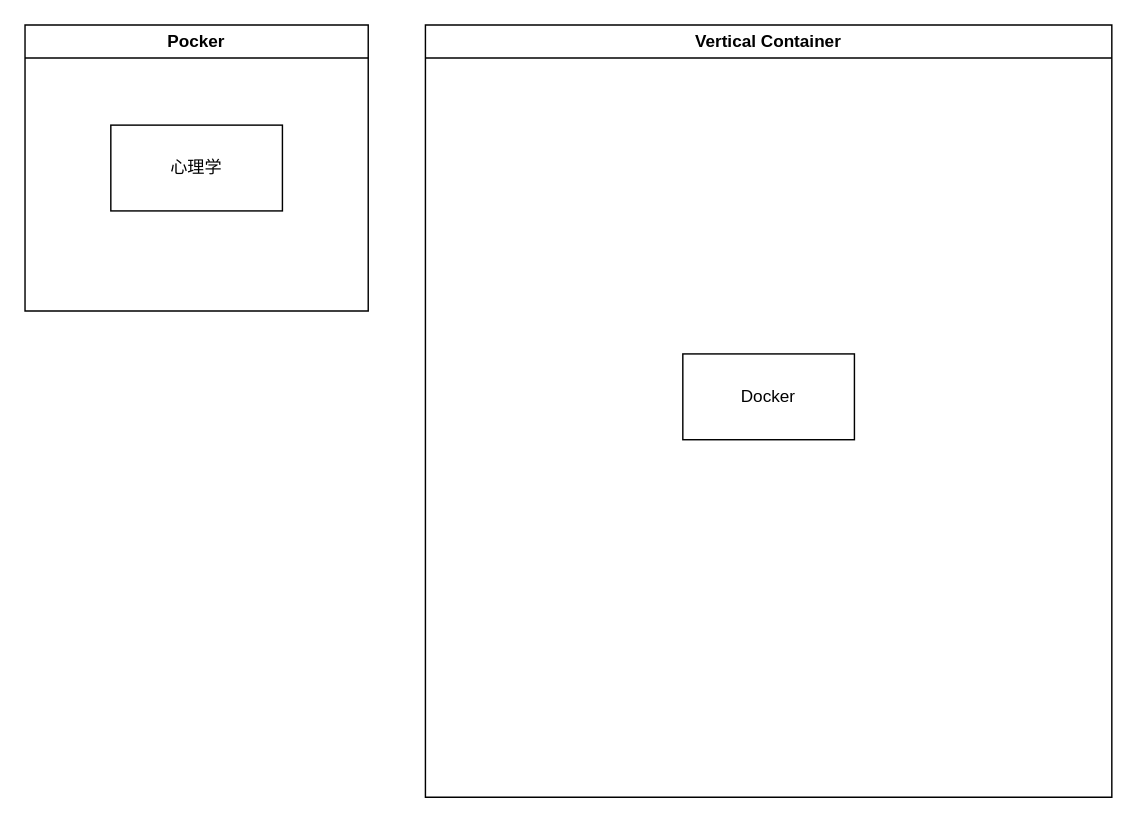
This is page "ver6" (1 of 9) of 定義.drawio from minegishirei/draw_v1, a draw.io file, before an edit. Source tidied: cells renumbered, new cells numbered last; positions are measured from the earlier drawing's top-left corner, leaving out a move shared by most shapes. Both pictures are drawn from the tidied source at 143%, with x=0, y=0 at pixel (24, 24).
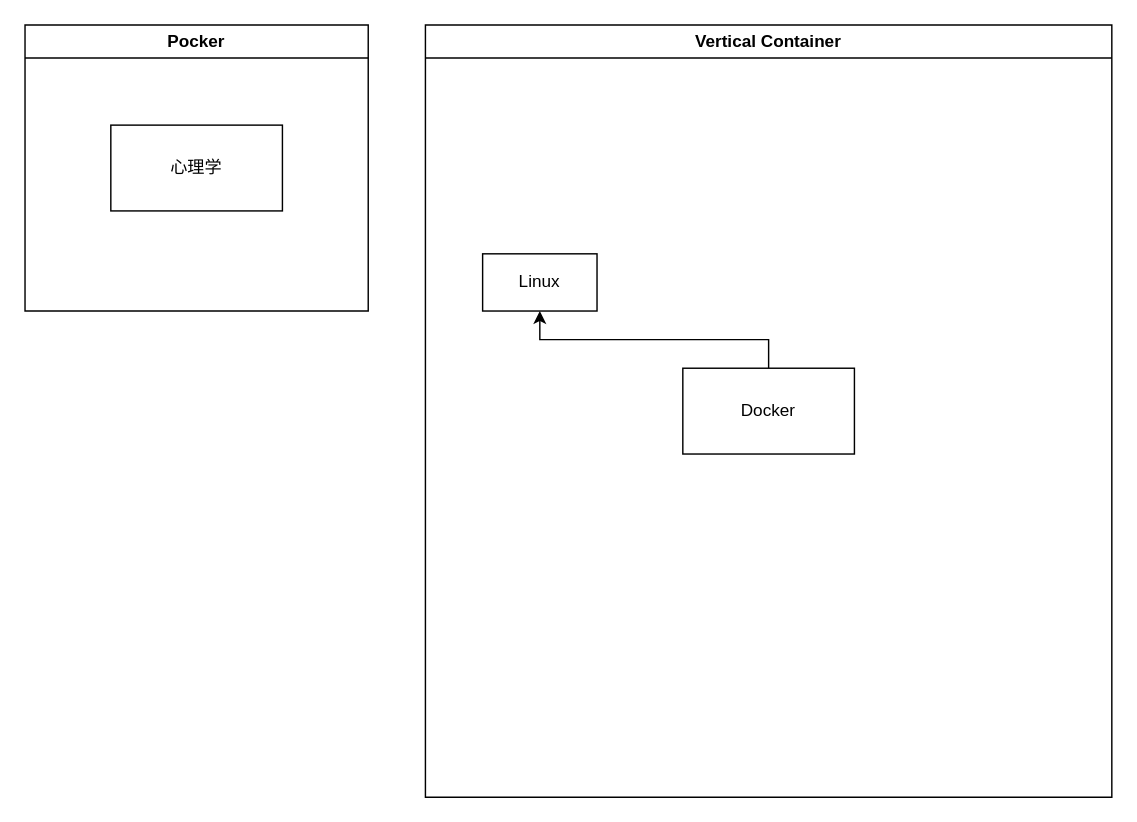
The same diagram, later.

Commit message:
定義.drawio を更新します

Change to the diagram source:
```diff
@@
 <mxGraphModel>
   <root>
     <mxCell id="0" />
     <mxCell id="1" parent="0" />
     <mxCell id="2" value="Pocker" style="swimlane;whiteSpace=wrap;html=1;" parent="1" vertex="1">
       <mxGeometry width="240" height="200" as="geometry" />
     </mxCell>
     <mxCell id="3" value="心理学" style="rounded=0;whiteSpace=wrap;html=1;" parent="2" vertex="1">
       <mxGeometry x="60" y="70" width="120" height="60" as="geometry" />
     </mxCell>
     <mxCell id="4" value="Vertical Container" style="swimlane;whiteSpace=wrap;html=1;" parent="1" vertex="1">
       <mxGeometry x="280" width="480" height="540" as="geometry" />
     </mxCell>
+    <mxCell id="6" style="edgeStyle=orthogonalEdgeStyle;rounded=0;jettySize=auto;html=1;exitX=0.5;exitY=0;exitDx=0;exitDy=0;entryX=0.5;entryY=1;entryDx=0;entryDy=0;" parent="4" edge="1" source="5" target="7">
+      <mxGeometry relative="1" as="geometry" />
+    </mxCell>
     <mxCell id="5" value="Docker" style="rounded=0;whiteSpace=wrap;html=1;" parent="4" vertex="1">
-      <mxGeometry x="180" y="230" width="120" height="60" as="geometry" />
+      <mxGeometry x="180" y="240" width="120" height="60" as="geometry" />
     </mxCell>
+    <mxCell id="7" value="Linux" style="rounded=0;whiteSpace=wrap;html=1;" parent="4" vertex="1">
+      <mxGeometry x="40" y="160" width="80" height="40" as="geometry" />
+    </mxCell>
   </root>
 </mxGraphModel>
```
